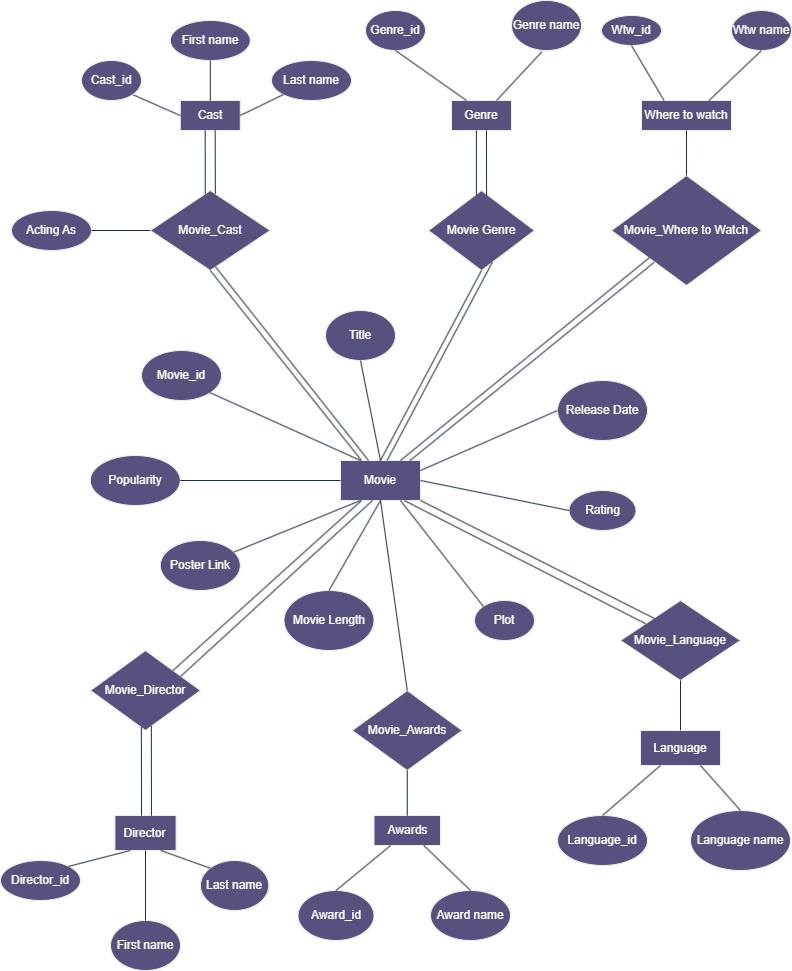
The draw.io diagram ER diagram.drawio.png in gif1621/desktop-tutorial, before a commit. Source tidied: cells renumbered, new cells last; positions are measured from the earlier drawing's top-left corner, leaving out a move shared by most shapes.
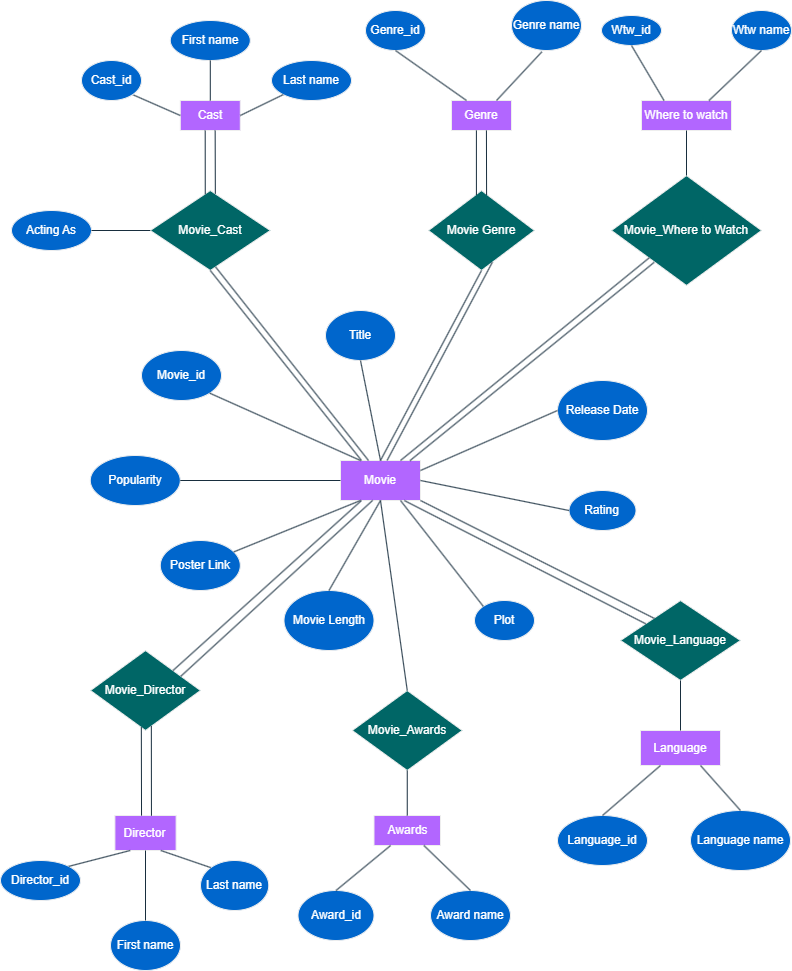
The same diagram one commit later.

What changed in the source:
```diff
@@ -2,16 +2,16 @@
   <root>
     <mxCell id="0" />
     <mxCell id="1" parent="0" />
-    <mxCell id="2" value="First name" style="ellipse;whiteSpace=wrap;html=1;labelBackgroundColor=none;fillColor=#56517E;strokeColor=#EEEEEE;fontColor=#FFFFFF;" parent="1" vertex="1">
+    <mxCell id="2" value="First name" style="ellipse;whiteSpace=wrap;html=1;labelBackgroundColor=none;fillColor=#0066CC;strokeColor=#EEEEEE;fontColor=#FFFFFF;rounded=0;" parent="1" vertex="1">
       <mxGeometry x="169.8" y="20" width="80" height="40" as="geometry" />
     </mxCell>
-    <mxCell id="3" value="Last name" style="ellipse;whiteSpace=wrap;html=1;direction=west;labelBackgroundColor=none;fillColor=#56517E;strokeColor=#EEEEEE;fontColor=#FFFFFF;" parent="1" vertex="1">
+    <mxCell id="3" value="Last name" style="ellipse;whiteSpace=wrap;html=1;direction=west;labelBackgroundColor=none;fillColor=#0066CC;strokeColor=#EEEEEE;fontColor=#FFFFFF;rounded=0;" parent="1" vertex="1">
       <mxGeometry x="271" y="60" width="80" height="40" as="geometry" />
     </mxCell>
-    <mxCell id="4" value="Cast" style="rounded=0;whiteSpace=wrap;html=1;direction=west;labelBackgroundColor=none;fillColor=#56517E;strokeColor=#EEEEEE;fontColor=#FFFFFF;" parent="1" vertex="1">
+    <mxCell id="4" value="Cast" style="rounded=0;whiteSpace=wrap;html=1;direction=west;labelBackgroundColor=none;fillColor=#B266FF;strokeColor=#EEEEEE;fontColor=#FFFFFF;" parent="1" vertex="1">
       <mxGeometry x="179.8" y="100" width="60" height="30" as="geometry" />
     </mxCell>
-    <mxCell id="5" value="Movie_Cast" style="rhombus;whiteSpace=wrap;html=1;labelBackgroundColor=none;fillColor=#56517E;strokeColor=#EEEEEE;fontColor=#FFFFFF;" parent="1" vertex="1">
+    <mxCell id="5" value="Movie_Cast" style="rhombus;whiteSpace=wrap;html=1;labelBackgroundColor=none;fillColor=#006666;strokeColor=#EEEEEE;fontColor=#FFFFFF;rounded=0;" parent="1" vertex="1">
       <mxGeometry x="149.8" y="190" width="120" height="80" as="geometry" />
     </mxCell>
     <mxCell id="6" style="endArrow=none;html=1;rounded=0;exitX=1;exitY=0.5;exitDx=0;exitDy=0;entryX=1;entryY=1;entryDx=0;entryDy=0;labelBackgroundColor=none;strokeColor=#182E3E;fontColor=default;" parent="1" edge="1" source="17">
@@ -31,25 +31,25 @@
     <mxCell id="10" style="endArrow=none;html=1;rounded=0;exitX=0.419;exitY=-0.003;exitDx=0;exitDy=0;exitPerimeter=0;entryX=0.542;entryY=0.04;entryDx=0;entryDy=0;entryPerimeter=0;labelBackgroundColor=none;strokeColor=#182E3E;fontColor=default;" parent="1" edge="1" source="4" target="5">
       <mxGeometry relative="1" as="geometry" />
     </mxCell>
-    <mxCell id="11" value="Acting As" style="ellipse;whiteSpace=wrap;html=1;labelBackgroundColor=none;fillColor=#56517E;strokeColor=#EEEEEE;fontColor=#FFFFFF;" parent="1" vertex="1">
+    <mxCell id="11" value="Acting As" style="ellipse;whiteSpace=wrap;html=1;labelBackgroundColor=none;fillColor=#0066CC;strokeColor=#EEEEEE;fontColor=#FFFFFF;rounded=0;" parent="1" vertex="1">
       <mxGeometry x="11" y="210" width="80" height="40" as="geometry" />
     </mxCell>
     <mxCell id="12" style="endArrow=none;html=1;rounded=0;entryX=1;entryY=0.5;entryDx=0;entryDy=0;exitX=0;exitY=0.5;exitDx=0;exitDy=0;labelBackgroundColor=none;strokeColor=#182E3E;fontColor=default;" parent="1" edge="1" source="5" target="11">
       <mxGeometry relative="1" as="geometry" />
     </mxCell>
-    <mxCell id="13" value="Genre_id" style="ellipse;whiteSpace=wrap;html=1;labelBackgroundColor=none;fillColor=#56517E;strokeColor=#EEEEEE;fontColor=#FFFFFF;" parent="1" vertex="1">
+    <mxCell id="13" value="Genre_id" style="ellipse;whiteSpace=wrap;html=1;labelBackgroundColor=none;fillColor=#0066CC;strokeColor=#EEEEEE;fontColor=#FFFFFF;rounded=0;" parent="1" vertex="1">
       <mxGeometry x="365" y="10" width="60" height="40" as="geometry" />
     </mxCell>
-    <mxCell id="14" value="Genre name" style="ellipse;whiteSpace=wrap;html=1;labelBackgroundColor=none;fillColor=#56517E;strokeColor=#EEEEEE;fontColor=#FFFFFF;" parent="1" vertex="1">
+    <mxCell id="14" value="Genre name" style="ellipse;whiteSpace=wrap;html=1;labelBackgroundColor=none;fillColor=#0066CC;strokeColor=#EEEEEE;fontColor=#FFFFFF;rounded=0;" parent="1" vertex="1">
       <mxGeometry x="511" width="70" height="50" as="geometry" />
     </mxCell>
-    <mxCell id="15" value="Genre" style="rounded=0;whiteSpace=wrap;html=1;labelBackgroundColor=none;fillColor=#56517E;strokeColor=#EEEEEE;fontColor=#FFFFFF;" parent="1" vertex="1">
+    <mxCell id="15" value="Genre" style="rounded=0;whiteSpace=wrap;html=1;labelBackgroundColor=none;fillColor=#B266FF;strokeColor=#EEEEEE;fontColor=#FFFFFF;" parent="1" vertex="1">
       <mxGeometry x="451" y="100" width="60" height="30" as="geometry" />
     </mxCell>
     <mxCell id="16" style="endArrow=none;html=1;rounded=0;exitX=1;exitY=0.5;exitDx=0;exitDy=0;entryX=1;entryY=1;entryDx=0;entryDy=0;labelBackgroundColor=none;strokeColor=#182E3E;fontColor=default;" parent="1" edge="1" source="4" target="17">
       <mxGeometry relative="1" as="geometry" />
     </mxCell>
-    <mxCell id="17" value="Cast_id" style="ellipse;whiteSpace=wrap;html=1;labelBackgroundColor=none;fillColor=#56517E;strokeColor=#EEEEEE;fontColor=#FFFFFF;" parent="1" vertex="1">
+    <mxCell id="17" value="Cast_id" style="ellipse;whiteSpace=wrap;html=1;labelBackgroundColor=none;fillColor=#0066CC;strokeColor=#EEEEEE;fontColor=#FFFFFF;rounded=0;" parent="1" vertex="1">
       <mxGeometry x="81" y="60" width="60" height="40" as="geometry" />
     </mxCell>
     <mxCell id="18" style="endArrow=none;html=1;rounded=0;entryX=0.5;entryY=1;entryDx=0;entryDy=0;exitX=0.25;exitY=0;exitDx=0;exitDy=0;labelBackgroundColor=none;strokeColor=#182E3E;fontColor=default;" parent="1" edge="1" source="15" target="13">
@@ -58,22 +58,22 @@
     <mxCell id="19" style="endArrow=none;html=1;rounded=0;entryX=0.434;entryY=1.026;entryDx=0;entryDy=0;exitX=0.75;exitY=0;exitDx=0;exitDy=0;entryPerimeter=0;labelBackgroundColor=none;strokeColor=#182E3E;fontColor=default;" parent="1" edge="1" source="15" target="14">
       <mxGeometry relative="1" as="geometry" />
     </mxCell>
-    <mxCell id="20" value="Movie Genre" style="rhombus;whiteSpace=wrap;html=1;labelBackgroundColor=none;fillColor=#56517E;strokeColor=#EEEEEE;fontColor=#FFFFFF;" parent="1" vertex="1">
+    <mxCell id="20" value="Movie Genre" style="rhombus;whiteSpace=wrap;html=1;labelBackgroundColor=none;fillColor=#006666;strokeColor=#EEEEEE;fontColor=#FFFFFF;rounded=0;" parent="1" vertex="1">
       <mxGeometry x="428" y="190" width="106" height="80" as="geometry" />
     </mxCell>
     <mxCell id="21" style="endArrow=none;html=1;rounded=0;entryX=0.415;entryY=0.997;entryDx=0;entryDy=0;exitX=0.452;exitY=0.055;exitDx=0;exitDy=0;entryPerimeter=0;exitPerimeter=0;labelBackgroundColor=none;strokeColor=#182E3E;fontColor=default;" parent="1" edge="1" source="20" target="15">
       <mxGeometry relative="1" as="geometry" />
     </mxCell>
-    <mxCell id="22" value="Movie_Where to Watch" style="rhombus;whiteSpace=wrap;html=1;labelBackgroundColor=none;fillColor=#56517E;strokeColor=#EEEEEE;fontColor=#FFFFFF;" parent="1" vertex="1">
+    <mxCell id="22" value="Movie_Where to Watch" style="rhombus;whiteSpace=wrap;html=1;labelBackgroundColor=none;fillColor=#006666;strokeColor=#EEEEEE;fontColor=#FFFFFF;rounded=0;" parent="1" vertex="1">
       <mxGeometry x="611" y="175" width="150" height="110" as="geometry" />
     </mxCell>
-    <mxCell id="23" value="Wtw name" style="ellipse;whiteSpace=wrap;html=1;labelBackgroundColor=none;fillColor=#56517E;strokeColor=#EEEEEE;fontColor=#FFFFFF;" parent="1" vertex="1">
+    <mxCell id="23" value="Wtw name" style="ellipse;whiteSpace=wrap;html=1;labelBackgroundColor=none;fillColor=#0066CC;strokeColor=#EEEEEE;fontColor=#FFFFFF;rounded=0;" parent="1" vertex="1">
       <mxGeometry x="731" y="10" width="60" height="40" as="geometry" />
     </mxCell>
-    <mxCell id="24" value="Wtw_id" style="ellipse;whiteSpace=wrap;html=1;labelBackgroundColor=none;fillColor=#56517E;strokeColor=#EEEEEE;fontColor=#FFFFFF;" parent="1" vertex="1">
+    <mxCell id="24" value="Wtw_id" style="ellipse;whiteSpace=wrap;html=1;labelBackgroundColor=none;fillColor=#0066CC;strokeColor=#EEEEEE;fontColor=#FFFFFF;rounded=0;" parent="1" vertex="1">
       <mxGeometry x="601" y="15" width="60" height="30" as="geometry" />
     </mxCell>
-    <mxCell id="25" value="Where to watch" style="rounded=0;whiteSpace=wrap;html=1;labelBackgroundColor=none;fillColor=#56517E;strokeColor=#EEEEEE;fontColor=#FFFFFF;" parent="1" vertex="1">
+    <mxCell id="25" value="Where to watch" style="rounded=0;whiteSpace=wrap;html=1;labelBackgroundColor=none;fillColor=#B266FF;strokeColor=#EEEEEE;fontColor=#FFFFFF;" parent="1" vertex="1">
       <mxGeometry x="641" y="100" width="90" height="30" as="geometry" />
     </mxCell>
     <mxCell id="26" style="endArrow=none;html=1;rounded=0;entryX=0.25;entryY=0;entryDx=0;entryDy=0;exitX=0.5;exitY=1;exitDx=0;exitDy=0;labelBackgroundColor=none;strokeColor=#182E3E;fontColor=default;" parent="1" edge="1" source="24" target="25">
@@ -88,31 +88,31 @@
     <mxCell id="29" style="endArrow=none;html=1;rounded=0;entryX=0.582;entryY=0.997;entryDx=0;entryDy=0;entryPerimeter=0;exitX=0.548;exitY=0.055;exitDx=0;exitDy=0;exitPerimeter=0;labelBackgroundColor=none;strokeColor=#182E3E;fontColor=default;" parent="1" edge="1" source="20" target="15">
       <mxGeometry relative="1" as="geometry" />
     </mxCell>
-    <mxCell id="30" value="Movie" style="rounded=0;whiteSpace=wrap;html=1;labelBackgroundColor=none;fillColor=#56517E;strokeColor=#EEEEEE;fontColor=#FFFFFF;" parent="1" vertex="1">
+    <mxCell id="30" value="Movie" style="rounded=0;whiteSpace=wrap;html=1;labelBackgroundColor=none;fillColor=#B266FF;strokeColor=#EEEEEE;fontColor=#FFFFFF;" parent="1" vertex="1">
       <mxGeometry x="340" y="460" width="80" height="40" as="geometry" />
     </mxCell>
-    <mxCell id="31" value="Movie Length" style="ellipse;whiteSpace=wrap;html=1;labelBackgroundColor=none;fillColor=#56517E;strokeColor=#EEEEEE;fontColor=#FFFFFF;" parent="1" vertex="1">
+    <mxCell id="31" value="Movie Length" style="ellipse;whiteSpace=wrap;html=1;labelBackgroundColor=none;fillColor=#0066CC;strokeColor=#EEEEEE;fontColor=#FFFFFF;rounded=0;" parent="1" vertex="1">
       <mxGeometry x="283.5" y="590" width="90" height="60" as="geometry" />
     </mxCell>
-    <mxCell id="32" value="Poster Link" style="ellipse;whiteSpace=wrap;html=1;labelBackgroundColor=none;fillColor=#56517E;strokeColor=#EEEEEE;fontColor=#FFFFFF;" parent="1" vertex="1">
+    <mxCell id="32" value="Poster Link" style="ellipse;whiteSpace=wrap;html=1;labelBackgroundColor=none;fillColor=#0066CC;strokeColor=#EEEEEE;fontColor=#FFFFFF;rounded=0;" parent="1" vertex="1">
       <mxGeometry x="159.8" y="540" width="80" height="50" as="geometry" />
     </mxCell>
-    <mxCell id="33" value="Plot" style="ellipse;whiteSpace=wrap;html=1;labelBackgroundColor=none;fillColor=#56517E;strokeColor=#EEEEEE;fontColor=#FFFFFF;" parent="1" vertex="1">
+    <mxCell id="33" value="Plot" style="ellipse;whiteSpace=wrap;html=1;labelBackgroundColor=none;fillColor=#0066CC;strokeColor=#EEEEEE;fontColor=#FFFFFF;rounded=0;" parent="1" vertex="1">
       <mxGeometry x="474" y="600" width="60" height="40" as="geometry" />
     </mxCell>
-    <mxCell id="34" value="Rating" style="ellipse;whiteSpace=wrap;html=1;labelBackgroundColor=none;fillColor=#56517E;strokeColor=#EEEEEE;fontColor=#FFFFFF;" parent="1" vertex="1">
+    <mxCell id="34" value="Rating" style="ellipse;whiteSpace=wrap;html=1;labelBackgroundColor=none;fillColor=#0066CC;strokeColor=#EEEEEE;fontColor=#FFFFFF;rounded=0;" parent="1" vertex="1">
       <mxGeometry x="568.5" y="490" width="67" height="40" as="geometry" />
     </mxCell>
-    <mxCell id="35" value="Release Date" style="ellipse;whiteSpace=wrap;html=1;labelBackgroundColor=none;fillColor=#56517E;strokeColor=#EEEEEE;fontColor=#FFFFFF;" parent="1" vertex="1">
+    <mxCell id="35" value="Release Date" style="ellipse;whiteSpace=wrap;html=1;labelBackgroundColor=none;fillColor=#0066CC;strokeColor=#EEEEEE;fontColor=#FFFFFF;rounded=0;" parent="1" vertex="1">
       <mxGeometry x="557" y="380" width="90" height="60" as="geometry" />
     </mxCell>
-    <mxCell id="36" value="Title" style="ellipse;whiteSpace=wrap;html=1;labelBackgroundColor=none;fillColor=#56517E;strokeColor=#EEEEEE;fontColor=#FFFFFF;" parent="1" vertex="1">
+    <mxCell id="36" value="Title" style="ellipse;whiteSpace=wrap;html=1;labelBackgroundColor=none;fillColor=#0066CC;strokeColor=#EEEEEE;fontColor=#FFFFFF;rounded=0;" parent="1" vertex="1">
       <mxGeometry x="325" y="310" width="70" height="50" as="geometry" />
     </mxCell>
-    <mxCell id="37" value="Movie_id" style="ellipse;whiteSpace=wrap;html=1;labelBackgroundColor=none;fillColor=#56517E;strokeColor=#EEEEEE;fontColor=#FFFFFF;" parent="1" vertex="1">
+    <mxCell id="37" value="Movie_id" style="ellipse;whiteSpace=wrap;html=1;labelBackgroundColor=none;fillColor=#0066CC;strokeColor=#EEEEEE;fontColor=#FFFFFF;rounded=0;" parent="1" vertex="1">
       <mxGeometry x="141" y="350" width="80" height="50" as="geometry" />
     </mxCell>
-    <mxCell id="38" value="Popularity" style="ellipse;whiteSpace=wrap;html=1;labelBackgroundColor=none;fillColor=#56517E;strokeColor=#EEEEEE;fontColor=#FFFFFF;" parent="1" vertex="1">
+    <mxCell id="38" value="Popularity" style="ellipse;whiteSpace=wrap;html=1;labelBackgroundColor=none;fillColor=#0066CC;strokeColor=#EEEEEE;fontColor=#FFFFFF;rounded=0;" parent="1" vertex="1">
       <mxGeometry x="89.8" y="455" width="90" height="50" as="geometry" />
     </mxCell>
     <mxCell id="39" style="endArrow=none;html=1;rounded=0;entryX=0.5;entryY=1;entryDx=0;entryDy=0;exitX=0.5;exitY=0;exitDx=0;exitDy=0;labelBackgroundColor=none;strokeColor=#182E3E;fontColor=default;" parent="1" edge="1" source="30" target="36">
@@ -141,16 +141,16 @@
     <mxCell id="46" style="endArrow=none;html=1;rounded=0;entryX=1;entryY=1;entryDx=0;entryDy=0;exitX=0.25;exitY=0;exitDx=0;exitDy=0;labelBackgroundColor=none;strokeColor=#182E3E;fontColor=default;" parent="1" edge="1" source="30" target="37">
       <mxGeometry relative="1" as="geometry" />
     </mxCell>
-    <mxCell id="47" value="Language" style="rounded=0;whiteSpace=wrap;html=1;labelBackgroundColor=none;fillColor=#56517E;strokeColor=#EEEEEE;fontColor=#FFFFFF;" parent="1" vertex="1">
+    <mxCell id="47" value="Language" style="rounded=0;whiteSpace=wrap;html=1;labelBackgroundColor=none;fillColor=#B266FF;strokeColor=#EEEEEE;fontColor=#FFFFFF;" parent="1" vertex="1">
       <mxGeometry x="640" y="730" width="80" height="35" as="geometry" />
     </mxCell>
-    <mxCell id="48" value="Language name" style="ellipse;whiteSpace=wrap;html=1;labelBackgroundColor=none;fillColor=#56517E;strokeColor=#EEEEEE;fontColor=#FFFFFF;" parent="1" vertex="1">
+    <mxCell id="48" value="Language name" style="ellipse;whiteSpace=wrap;html=1;labelBackgroundColor=none;fillColor=#0066CC;strokeColor=#EEEEEE;fontColor=#FFFFFF;rounded=0;" parent="1" vertex="1">
       <mxGeometry x="690" y="810" width="100" height="60" as="geometry" />
     </mxCell>
-    <mxCell id="49" value="Language_id" style="ellipse;whiteSpace=wrap;html=1;labelBackgroundColor=none;fillColor=#56517E;strokeColor=#EEEEEE;fontColor=#FFFFFF;" parent="1" vertex="1">
+    <mxCell id="49" value="Language_id" style="ellipse;whiteSpace=wrap;html=1;labelBackgroundColor=none;fillColor=#0066CC;strokeColor=#EEEEEE;fontColor=#FFFFFF;rounded=0;" parent="1" vertex="1">
       <mxGeometry x="557" y="815" width="90" height="50" as="geometry" />
     </mxCell>
-    <mxCell id="50" value="Movie_Language" style="rhombus;whiteSpace=wrap;html=1;labelBackgroundColor=none;fillColor=#56517E;strokeColor=#EEEEEE;fontColor=#FFFFFF;" parent="1" vertex="1">
+    <mxCell id="50" value="Movie_Language" style="rhombus;whiteSpace=wrap;html=1;labelBackgroundColor=none;fillColor=#006666;strokeColor=#EEEEEE;fontColor=#FFFFFF;rounded=0;" parent="1" vertex="1">
       <mxGeometry x="620" y="600" width="120" height="80" as="geometry" />
     </mxCell>
     <mxCell id="51" style="endArrow=none;html=1;rounded=0;entryX=0.5;entryY=1;entryDx=0;entryDy=0;exitX=0.5;exitY=0;exitDx=0;exitDy=0;labelBackgroundColor=none;strokeColor=#182E3E;fontColor=default;" parent="1" edge="1" source="47" target="50">
@@ -162,16 +162,16 @@
     <mxCell id="53" style="endArrow=none;html=1;rounded=0;entryX=0.5;entryY=0;entryDx=0;entryDy=0;exitX=0.75;exitY=1;exitDx=0;exitDy=0;labelBackgroundColor=none;strokeColor=#182E3E;fontColor=default;" parent="1" edge="1" source="47" target="48">
       <mxGeometry relative="1" as="geometry" />
     </mxCell>
-    <mxCell id="54" value="Movie_Awards" style="rhombus;whiteSpace=wrap;html=1;labelBackgroundColor=none;fillColor=#56517E;strokeColor=#EEEEEE;fontColor=#FFFFFF;" parent="1" vertex="1">
+    <mxCell id="54" value="Movie_Awards" style="rhombus;whiteSpace=wrap;html=1;labelBackgroundColor=none;fillColor=#006666;strokeColor=#EEEEEE;fontColor=#FFFFFF;rounded=0;" parent="1" vertex="1">
       <mxGeometry x="351.8" y="690" width="110" height="80" as="geometry" />
     </mxCell>
-    <mxCell id="55" value="Awards" style="rounded=0;whiteSpace=wrap;html=1;labelBackgroundColor=none;fillColor=#56517E;strokeColor=#EEEEEE;fontColor=#FFFFFF;" parent="1" vertex="1">
+    <mxCell id="55" value="Awards" style="rounded=0;whiteSpace=wrap;html=1;labelBackgroundColor=none;fillColor=#B266FF;strokeColor=#EEEEEE;fontColor=#FFFFFF;" parent="1" vertex="1">
       <mxGeometry x="373.5" y="815" width="66.5" height="30" as="geometry" />
     </mxCell>
-    <mxCell id="56" value="Award name" style="ellipse;whiteSpace=wrap;html=1;labelBackgroundColor=none;fillColor=#56517E;strokeColor=#EEEEEE;fontColor=#FFFFFF;" parent="1" vertex="1">
+    <mxCell id="56" value="Award name" style="ellipse;whiteSpace=wrap;html=1;labelBackgroundColor=none;fillColor=#0066CC;strokeColor=#EEEEEE;fontColor=#FFFFFF;rounded=0;" parent="1" vertex="1">
       <mxGeometry x="430" y="890" width="80" height="50" as="geometry" />
     </mxCell>
-    <mxCell id="57" value="Award_id" style="ellipse;whiteSpace=wrap;html=1;labelBackgroundColor=none;fillColor=#56517E;strokeColor=#EEEEEE;fontColor=#FFFFFF;" parent="1" vertex="1">
+    <mxCell id="57" value="Award_id" style="ellipse;whiteSpace=wrap;html=1;labelBackgroundColor=none;fillColor=#0066CC;strokeColor=#EEEEEE;fontColor=#FFFFFF;rounded=0;" parent="1" vertex="1">
       <mxGeometry x="297.5" y="890" width="76" height="50" as="geometry" />
     </mxCell>
     <mxCell id="58" style="endArrow=none;html=1;rounded=0;entryX=0.5;entryY=1;entryDx=0;entryDy=0;exitX=0.5;exitY=0;exitDx=0;exitDy=0;labelBackgroundColor=none;strokeColor=#182E3E;fontColor=default;" parent="1" edge="1" source="55" target="54">
@@ -186,19 +186,19 @@
     <mxCell id="61" style="endArrow=none;html=1;rounded=0;entryX=0.5;entryY=1;entryDx=0;entryDy=0;exitX=0.5;exitY=0;exitDx=0;exitDy=0;labelBackgroundColor=none;strokeColor=#182E3E;fontColor=default;" parent="1" edge="1" source="54" target="30">
       <mxGeometry relative="1" as="geometry" />
     </mxCell>
-    <mxCell id="62" value="Movie_Director" style="rhombus;whiteSpace=wrap;html=1;labelBackgroundColor=none;fillColor=#56517E;strokeColor=#EEEEEE;fontColor=#FFFFFF;" parent="1" vertex="1">
+    <mxCell id="62" value="Movie_Director" style="rhombus;whiteSpace=wrap;html=1;labelBackgroundColor=none;fillColor=#006666;strokeColor=#EEEEEE;fontColor=#FFFFFF;rounded=0;" parent="1" vertex="1">
       <mxGeometry x="90" y="650" width="110" height="80" as="geometry" />
     </mxCell>
-    <mxCell id="63" value="Director" style="rounded=0;whiteSpace=wrap;html=1;labelBackgroundColor=none;fillColor=#56517E;strokeColor=#EEEEEE;fontColor=#FFFFFF;" parent="1" vertex="1">
+    <mxCell id="63" value="Director" style="rounded=0;whiteSpace=wrap;html=1;labelBackgroundColor=none;fillColor=#B266FF;strokeColor=#EEEEEE;fontColor=#FFFFFF;" parent="1" vertex="1">
       <mxGeometry x="114.4" y="815" width="61.2" height="35" as="geometry" />
     </mxCell>
-    <mxCell id="64" value="Last name" style="ellipse;whiteSpace=wrap;html=1;labelBackgroundColor=none;fillColor=#56517E;strokeColor=#EEEEEE;fontColor=#FFFFFF;" parent="1" vertex="1">
+    <mxCell id="64" value="Last name" style="ellipse;whiteSpace=wrap;html=1;labelBackgroundColor=none;fillColor=#0066CC;strokeColor=#EEEEEE;fontColor=#FFFFFF;rounded=0;" parent="1" vertex="1">
       <mxGeometry x="200" y="860" width="68.2" height="50" as="geometry" />
     </mxCell>
-    <mxCell id="65" value="First name" style="ellipse;whiteSpace=wrap;html=1;labelBackgroundColor=none;fillColor=#56517E;strokeColor=#EEEEEE;fontColor=#FFFFFF;" parent="1" vertex="1">
+    <mxCell id="65" value="First name" style="ellipse;whiteSpace=wrap;html=1;labelBackgroundColor=none;fillColor=#0066CC;strokeColor=#EEEEEE;fontColor=#FFFFFF;rounded=0;" parent="1" vertex="1">
       <mxGeometry x="110" y="920" width="70" height="50" as="geometry" />
     </mxCell>
-    <mxCell id="66" value="Director_id" style="ellipse;whiteSpace=wrap;html=1;labelBackgroundColor=none;fillColor=#56517E;strokeColor=#EEEEEE;fontColor=#FFFFFF;" parent="1" vertex="1">
+    <mxCell id="66" value="Director_id" style="ellipse;whiteSpace=wrap;html=1;labelBackgroundColor=none;fillColor=#0066CC;strokeColor=#EEEEEE;fontColor=#FFFFFF;rounded=0;" parent="1" vertex="1">
       <mxGeometry y="860" width="80" height="40" as="geometry" />
     </mxCell>
     <mxCell id="67" style="endArrow=none;html=1;rounded=0;exitX=0;exitY=0;exitDx=0;exitDy=0;entryX=0.75;entryY=1;entryDx=0;entryDy=0;labelBackgroundColor=none;strokeColor=#182E3E;fontColor=default;" parent="1" edge="1" source="64" target="63">
```
